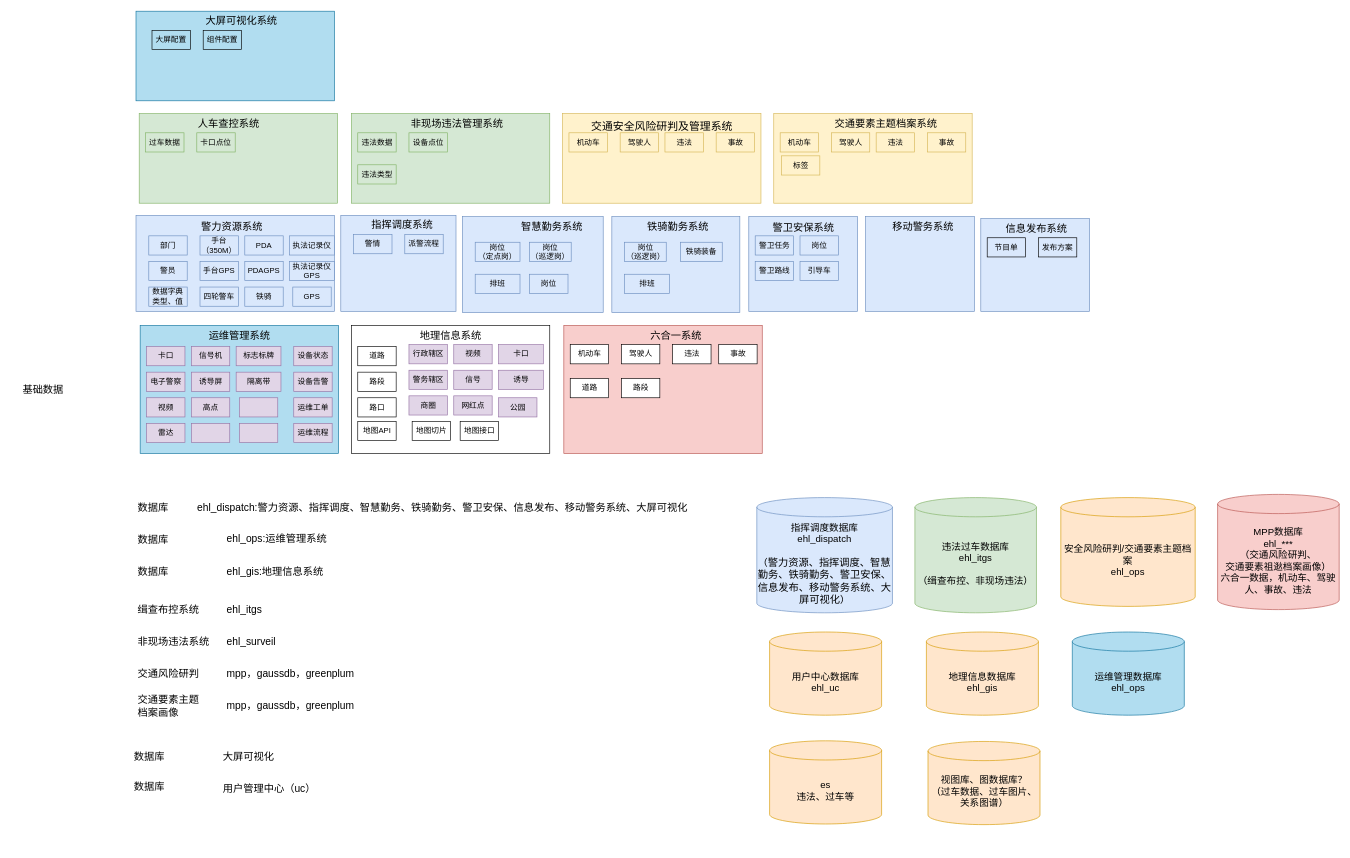
The draw.io diagram page "数据库架构图" (2 of 3) of 未命名绘图.drawio in bj-ehualu/drawio, before the edit. Source tidied: cells renumbered, new cells numbered last; positions are measured from the earlier drawing's top-left corner, leaving out a move shared by most shapes. Both pictures are drawn from the tidied source at 64%, with x=0, y=0 at pixel (11, 11).
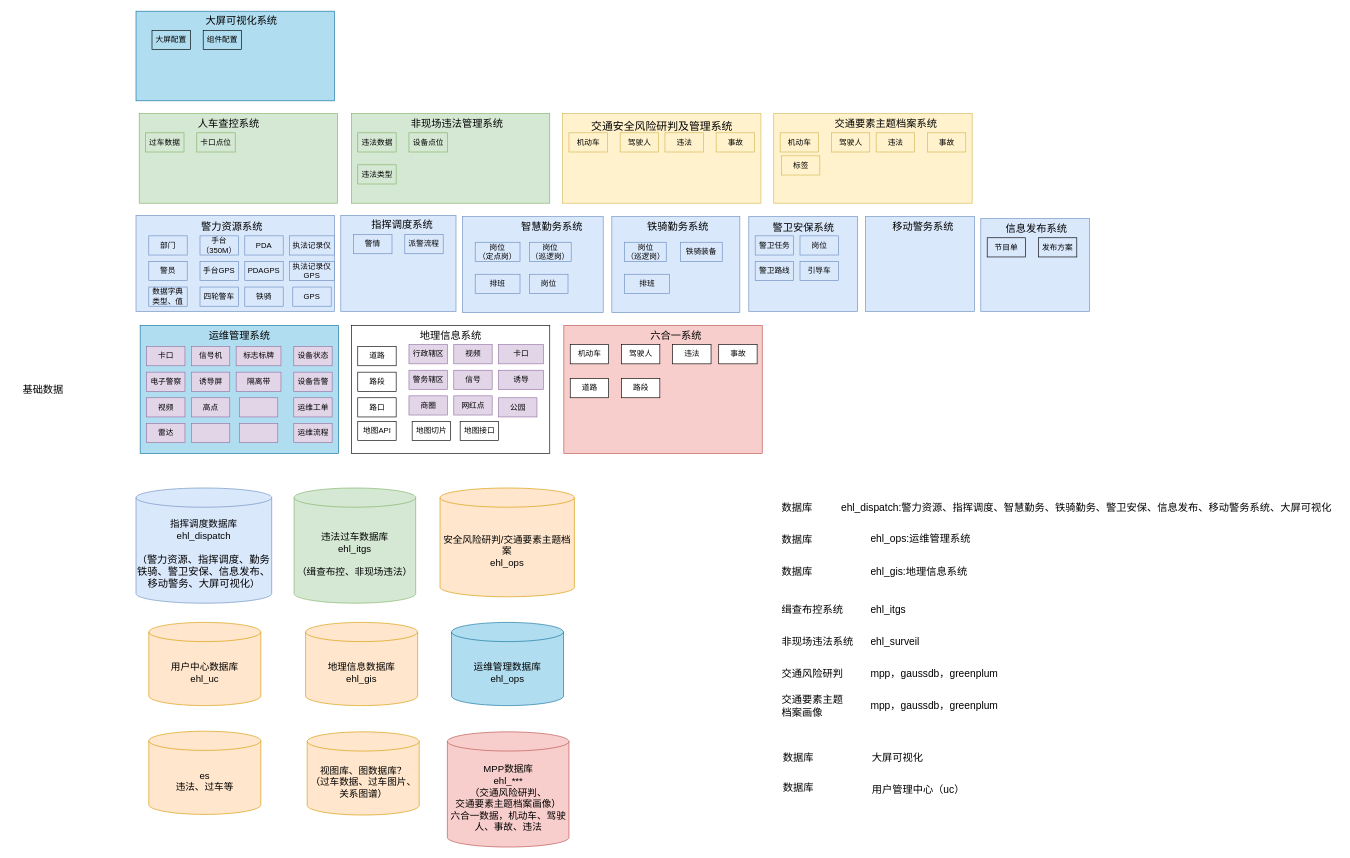
The same diagram, later.

Commit message:
更新未命名绘图.drawio

What changed in the source:
```diff
@@
     <mxCell id="98" value="数据库" style="text;html=1;align=left;verticalAlign=middle;whiteSpace=wrap;rounded=0;fontSize=16;" parent="1" vertex="1">
-      <mxGeometry x="196" y="760" width="100" height="30" as="geometry" />
+      <mxGeometry x="1201.5" y="760" width="100" height="30" as="geometry" />
     </mxCell>
     <mxCell id="99" value="ehl_dispatch:警力资源、指挥调度、智慧勤务、铁骑勤务、警卫安保、信息发布、移动警务系统、大屏可视化" style="text;html=1;align=left;verticalAlign=middle;whiteSpace=wrap;rounded=0;fontSize=16;" parent="1" vertex="1">
-      <mxGeometry x="289" y="760" width="780" height="30" as="geometry" />
+      <mxGeometry x="1294.5" y="760" width="780" height="30" as="geometry" />
     </mxCell>
     <mxCell id="100" value="ehl_ops:运维管理系统" style="text;html=1;align=left;verticalAlign=middle;whiteSpace=wrap;rounded=0;fontSize=16;" parent="1" vertex="1">
-      <mxGeometry x="335" y="809" width="460" height="30" as="geometry" />
+      <mxGeometry x="1340.5" y="809" width="460" height="30" as="geometry" />
     </mxCell>
     <mxCell id="101" value="数据库" style="text;html=1;align=left;verticalAlign=middle;whiteSpace=wrap;rounded=0;fontSize=16;" parent="1" vertex="1">
-      <mxGeometry x="196" y="810" width="100" height="30" as="geometry" />
+      <mxGeometry x="1201.5" y="810" width="100" height="30" as="geometry" />
     </mxCell>
     <mxCell id="102" value="ehl_gis:地理信息系统" style="text;html=1;align=left;verticalAlign=middle;whiteSpace=wrap;rounded=0;fontSize=16;" parent="1" vertex="1">
-      <mxGeometry x="335" y="860" width="460" height="30" as="geometry" />
+      <mxGeometry x="1340.5" y="860" width="460" height="30" as="geometry" />
     </mxCell>
     <mxCell id="103" value="数据库" style="text;html=1;align=left;verticalAlign=middle;whiteSpace=wrap;rounded=0;fontSize=16;" parent="1" vertex="1">
-      <mxGeometry x="196" y="860" width="100" height="30" as="geometry" />
+      <mxGeometry x="1201.5" y="860" width="100" height="30" as="geometry" />
     </mxCell>
     <mxCell id="104" value="缉查布控系统" style="text;html=1;align=left;verticalAlign=middle;whiteSpace=wrap;rounded=0;fontSize=16;" parent="1" vertex="1">
-      <mxGeometry x="196" y="920" width="100" height="30" as="geometry" />
+      <mxGeometry x="1201.5" y="920" width="100" height="30" as="geometry" />
     </mxCell>
     <mxCell id="105" value="非现场违法系统" style="text;html=1;align=left;verticalAlign=middle;whiteSpace=wrap;rounded=0;fontSize=16;" parent="1" vertex="1">
-      <mxGeometry x="196" y="970" width="120" height="30" as="geometry" />
+      <mxGeometry x="1201.5" y="970" width="120" height="30" as="geometry" />
     </mxCell>
     <mxCell id="106" value="交通风险研判" style="text;html=1;align=left;verticalAlign=middle;whiteSpace=wrap;rounded=0;fontSize=16;" parent="1" vertex="1">
-      <mxGeometry x="196" y="1020" width="100" height="30" as="geometry" />
+      <mxGeometry x="1201.5" y="1020" width="100" height="30" as="geometry" />
     </mxCell>
     <mxCell id="107" value="交通要素主题档案画像" style="text;html=1;align=left;verticalAlign=middle;whiteSpace=wrap;rounded=0;fontSize=16;" parent="1" vertex="1">
-      <mxGeometry x="196" y="1070" width="100" height="30" as="geometry" />
+      <mxGeometry x="1201.5" y="1070" width="100" height="30" as="geometry" />
     </mxCell>
     <mxCell id="108" value="mpp，gaussdb，greenplum" style="text;html=1;align=left;verticalAlign=middle;whiteSpace=wrap;rounded=0;fontSize=16;" parent="1" vertex="1">
-      <mxGeometry x="335" y="1070" width="460" height="30" as="geometry" />
+      <mxGeometry x="1340.5" y="1070" width="460" height="30" as="geometry" />
     </mxCell>
     <mxCell id="109" value="mpp，gaussdb，greenplum" style="text;html=1;align=left;verticalAlign=middle;whiteSpace=wrap;rounded=0;fontSize=16;" parent="1" vertex="1">
-      <mxGeometry x="335" y="1020" width="460" height="30" as="geometry" />
+      <mxGeometry x="1340.5" y="1020" width="460" height="30" as="geometry" />
     </mxCell>
     <mxCell id="110" value="ehl_surveil" style="text;html=1;align=left;verticalAlign=middle;whiteSpace=wrap;rounded=0;fontSize=16;" parent="1" vertex="1">
-      <mxGeometry x="335" y="970" width="460" height="30" as="geometry" />
+      <mxGeometry x="1340.5" y="970" width="460" height="30" as="geometry" />
     </mxCell>
     <mxCell id="111" value="ehl_itgs" style="text;html=1;align=left;verticalAlign=middle;whiteSpace=wrap;rounded=0;fontSize=16;" parent="1" vertex="1">
-      <mxGeometry x="335" y="920" width="460" height="30" as="geometry" />
+      <mxGeometry x="1340.5" y="920" width="460" height="30" as="geometry" />
     </mxCell>
     <mxCell id="112" value="数据库" style="text;html=1;align=left;verticalAlign=middle;whiteSpace=wrap;rounded=0;fontSize=16;" parent="1" vertex="1">
-      <mxGeometry x="190" y="1150" width="100" height="30" as="geometry" />
+      <mxGeometry x="1203.5" y="1151" width="100" height="30" as="geometry" />
     </mxCell>
     <mxCell id="113" value="大屏可视化" style="text;html=1;align=left;verticalAlign=middle;whiteSpace=wrap;rounded=0;fontSize=16;" parent="1" vertex="1">
-      <mxGeometry x="329" y="1150" width="460" height="30" as="geometry" />
+      <mxGeometry x="1342.5" y="1151" width="460" height="30" as="geometry" />
     </mxCell>
     <mxCell id="114" value="数据库" style="text;html=1;align=left;verticalAlign=middle;whiteSpace=wrap;rounded=0;fontSize=16;" parent="1" vertex="1">
-      <mxGeometry x="190" y="1197" width="100" height="30" as="geometry" />
+      <mxGeometry x="1203.5" y="1198" width="100" height="30" as="geometry" />
     </mxCell>
     <mxCell id="115" value="用户管理中心（uc）" style="text;html=1;align=left;verticalAlign=middle;whiteSpace=wrap;rounded=0;fontSize=16;" parent="1" vertex="1">
-      <mxGeometry x="329" y="1200" width="460" height="30" as="geometry" />
+      <mxGeometry x="1342.5" y="1201" width="460" height="30" as="geometry" />
     </mxCell>
@@
-    <mxCell id="126" value="指挥调度数据库&lt;div style=&quot;font-size: 15px;&quot;&gt;ehl_dispatch&lt;/div&gt;&lt;div style=&quot;font-size: 15px;&quot;&gt;&lt;br&gt;&lt;/div&gt;&lt;div style=&quot;font-size: 15px;&quot;&gt;（&lt;span style=&quot;font-size: 16px; text-align: left; background-color: initial;&quot;&gt;警力资源、指挥调度、智慧勤务、铁骑勤务、警卫安保、信息发布、移动警务系统、大屏可视化&lt;/span&gt;&lt;span style=&quot;background-color: initial;&quot;&gt;）&lt;/span&gt;&lt;/div&gt;" style="shape=cylinder3;whiteSpace=wrap;html=1;boundedLbl=1;backgroundOutline=1;size=15;fontSize=15;fillColor=#dae8fc;strokeColor=#6c8ebf;" parent="1" vertex="1">
-      <mxGeometry x="1165" y="760" width="212" height="180" as="geometry" />
+    <mxCell id="126" value="指挥调度数据库&lt;div style=&quot;font-size: 15px;&quot;&gt;ehl_dispatch&lt;/div&gt;&lt;div style=&quot;font-size: 15px;&quot;&gt;&lt;br&gt;&lt;/div&gt;&lt;div style=&quot;font-size: 15px;&quot;&gt;（&lt;span style=&quot;font-size: 16px; text-align: left; background-color: initial;&quot;&gt;警力资源、指挥调度、勤务铁骑、警卫安保、信息发布、移动警务、大屏可视化&lt;/span&gt;&lt;span style=&quot;background-color: initial;&quot;&gt;）&lt;/span&gt;&lt;/div&gt;" style="shape=cylinder3;whiteSpace=wrap;html=1;boundedLbl=1;backgroundOutline=1;size=15;fontSize=15;fillColor=#dae8fc;strokeColor=#6c8ebf;" parent="1" vertex="1">
+      <mxGeometry x="195" y="745" width="212" height="180" as="geometry" />
     </mxCell>
     <mxCell id="127" value="运维管理数据库&lt;div&gt;ehl_ops&lt;/div&gt;" style="shape=cylinder3;whiteSpace=wrap;html=1;boundedLbl=1;backgroundOutline=1;size=15;fontSize=15;fillColor=#b1ddf0;strokeColor=#10739e;" parent="1" vertex="1">
-      <mxGeometry x="1658" y="970" width="175" height="130" as="geometry" />
+      <mxGeometry x="688" y="955" width="175" height="130" as="geometry" />
     </mxCell>
     <mxCell id="128" value="违法过车数据库&lt;div&gt;ehl_itgs&lt;/div&gt;&lt;div&gt;&lt;br&gt;&lt;div&gt;（缉查布控、非现场违法）&lt;/div&gt;&lt;/div&gt;" style="shape=cylinder3;whiteSpace=wrap;html=1;boundedLbl=1;backgroundOutline=1;size=15;fontSize=15;fillColor=#d5e8d4;strokeColor=#82b366;" parent="1" vertex="1">
-      <mxGeometry x="1412" y="760" width="190" height="180" as="geometry" />
+      <mxGeometry x="442" y="745" width="190" height="180" as="geometry" />
     </mxCell>
-    <mxCell id="129" value="&lt;div&gt;MPP数据库&lt;/div&gt;&lt;div&gt;ehl_***&lt;/div&gt;&lt;div&gt;（交通风险研判、&lt;/div&gt;&lt;div&gt;交通要素祖逖档案画像）&lt;/div&gt;&lt;div&gt;六合一数据，机动车、驾驶人、事故、违法&lt;/div&gt;" style="shape=cylinder3;whiteSpace=wrap;html=1;boundedLbl=1;backgroundOutline=1;size=15;fontSize=15;fillColor=#f8cecc;strokeColor=#b85450;" parent="1" vertex="1">
-      <mxGeometry x="1885" y="755" width="190" height="180" as="geometry" />
+    <mxCell id="129" value="&lt;div&gt;MPP数据库&lt;/div&gt;&lt;div&gt;ehl_***&lt;/div&gt;&lt;div&gt;（交通风险研判、&lt;/div&gt;&lt;div&gt;交通要素主题档案画像）&lt;/div&gt;&lt;div&gt;六合一数据，机动车、驾驶人、事故、违法&lt;/div&gt;" style="shape=cylinder3;whiteSpace=wrap;html=1;boundedLbl=1;backgroundOutline=1;size=15;fontSize=15;fillColor=#f8cecc;strokeColor=#b85450;" parent="1" vertex="1">
+      <mxGeometry x="681.5" y="1126" width="190" height="180" as="geometry" />
     </mxCell>
     <mxCell id="130" value="用户中心数据库&lt;div&gt;ehl_uc&lt;/div&gt;" style="shape=cylinder3;whiteSpace=wrap;html=1;boundedLbl=1;backgroundOutline=1;size=15;fontSize=15;fillColor=#ffe6cc;strokeColor=#d79b00;" parent="1" vertex="1">
-      <mxGeometry x="1185" y="970" width="175" height="130" as="geometry" />
+      <mxGeometry x="215" y="955" width="175" height="130" as="geometry" />
     </mxCell>
     <mxCell id="131" value="地理信息数据库&lt;div&gt;ehl_gis&lt;/div&gt;" style="shape=cylinder3;whiteSpace=wrap;html=1;boundedLbl=1;backgroundOutline=1;size=15;fontSize=15;fillColor=#ffe6cc;strokeColor=#d79b00;" parent="1" vertex="1">
-      <mxGeometry x="1430" y="970" width="175" height="130" as="geometry" />
+      <mxGeometry x="460" y="955" width="175" height="130" as="geometry" />
     </mxCell>
     <mxCell id="132" value="es&lt;div&gt;违法、过车等&lt;/div&gt;" style="shape=cylinder3;whiteSpace=wrap;html=1;boundedLbl=1;backgroundOutline=1;size=15;fontSize=15;fillColor=#ffe6cc;strokeColor=#d79b00;" parent="1" vertex="1">
-      <mxGeometry x="1185" y="1140" width="175" height="130" as="geometry" />
+      <mxGeometry x="215" y="1125" width="175" height="130" as="geometry" />
     </mxCell>
@@
     <mxCell id="137" value="视图库、图数据库？&lt;div&gt;（过车数据、过车图片、关系图谱）&lt;/div&gt;" style="shape=cylinder3;whiteSpace=wrap;html=1;boundedLbl=1;backgroundOutline=1;size=15;fontSize=15;fillColor=#ffe6cc;strokeColor=#d79b00;" parent="1" vertex="1">
-      <mxGeometry x="1432.5" y="1141" width="175" height="130" as="geometry" />
+      <mxGeometry x="462.5" y="1126" width="175" height="130" as="geometry" />
     </mxCell>
@@
     <mxCell id="139" value="安全风险研判/交通要素主题档案&lt;div&gt;ehl_ops&lt;/div&gt;" style="shape=cylinder3;whiteSpace=wrap;html=1;boundedLbl=1;backgroundOutline=1;size=15;fontSize=15;fillColor=#ffe6cc;strokeColor=#d79b00;" parent="1" vertex="1">
-      <mxGeometry x="1640" y="760" width="210" height="170" as="geometry" />
+      <mxGeometry x="670" y="745" width="210" height="170" as="geometry" />
     </mxCell>
```
